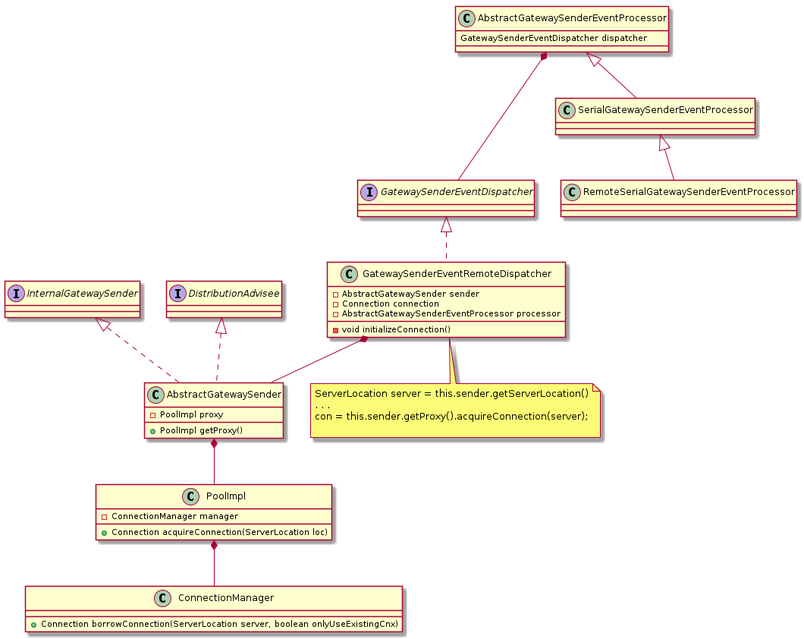
This is uml/GwSenders-UML.png from alb3rtobr/geode-uml, a PlantUML export, as it was before one commit. Its diagram source:
```plantuml
@startuml
class AbstractGatewaySenderEventProcessor {
  GatewaySenderEventDispatcher dispatcher
}

interface GatewaySenderEventDispatcher

AbstractGatewaySenderEventProcessor <|-- SerialGatewaySenderEventProcessor
SerialGatewaySenderEventProcessor <|-- RemoteSerialGatewaySenderEventProcessor
AbstractGatewaySenderEventProcessor *--- GatewaySenderEventDispatcher

GatewaySenderEventDispatcher <|.. GatewaySenderEventRemoteDispatcher

class GatewaySenderEventRemoteDispatcher {
  - AbstractGatewaySender sender
  - Connection connection
  - AbstractGatewaySenderEventProcessor processor
  - void initializeConnection()
}

interface InternalGatewaySender
interface DistributionAdvisee

class AbstractGatewaySender {
  - PoolImpl proxy
  + PoolImpl getProxy()
}

GatewaySenderEventRemoteDispatcher *-- AbstractGatewaySender

InternalGatewaySender <|.. AbstractGatewaySender
DistributionAdvisee <|.. AbstractGatewaySender

class PoolImpl{
  - ConnectionManager manager
  +Connection acquireConnection(ServerLocation loc)
}

class ConnectionManager{
  +Connection borrowConnection(ServerLocation server, boolean onlyUseExistingCnx)
}

AbstractGatewaySender *-- PoolImpl
PoolImpl *-- ConnectionManager

note as N1
  ServerLocation server = this.sender.getServerLocation()
  . . .
  con = this.sender.getProxy().acquireConnection(server);

end note
GatewaySenderEventRemoteDispatcher .. N1
@enduml
```
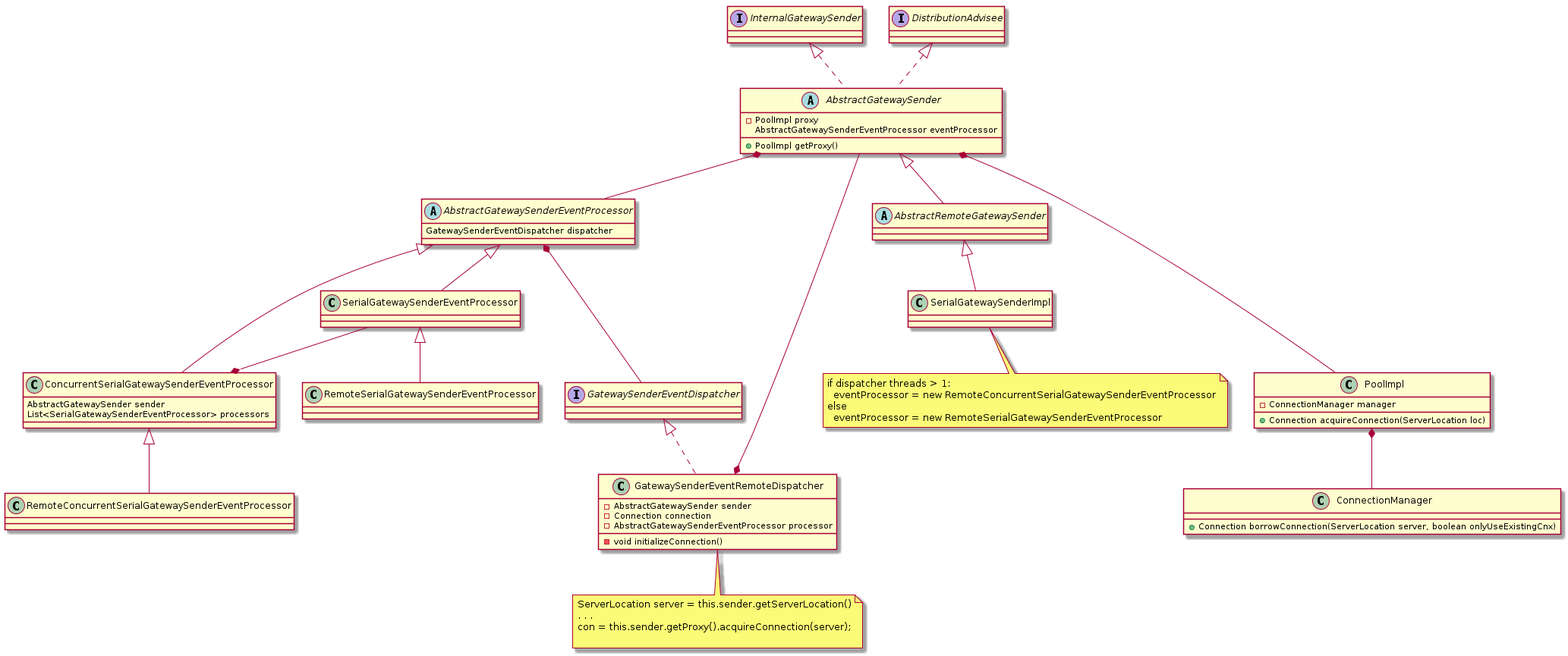
After the commit.

Commit message:
More about GwSenders

The edit, as a diff of the source:
```diff
@@ -1,5 +1,11 @@
 @startuml
-class AbstractGatewaySenderEventProcessor {
+abstract class AbstractGatewaySender {
+  - PoolImpl proxy
+  + PoolImpl getProxy()
+  AbstractGatewaySenderEventProcessor eventProcessor
+}
+
+abstract class AbstractGatewaySenderEventProcessor {
   GatewaySenderEventDispatcher dispatcher
 }
 
@@ -21,16 +27,34 @@
 interface InternalGatewaySender
 interface DistributionAdvisee
 
-class AbstractGatewaySender {
-  - PoolImpl proxy
-  + PoolImpl getProxy()
+
+
+AbstractGatewaySender *-- AbstractGatewaySenderEventProcessor
+GatewaySenderEventRemoteDispatcher *-- AbstractGatewaySender
+
+class RemoteConcurrentSerialGatewaySenderEventProcessor
+class ConcurrentSerialGatewaySenderEventProcessor{
+  AbstractGatewaySender sender
+  List<SerialGatewaySenderEventProcessor> processors
 }
 
-GatewaySenderEventRemoteDispatcher *-- AbstractGatewaySender
+SerialGatewaySenderEventProcessor --* ConcurrentSerialGatewaySenderEventProcessor
+
+AbstractGatewaySenderEventProcessor <|-- ConcurrentSerialGatewaySenderEventProcessor
+ConcurrentSerialGatewaySenderEventProcessor <|-- RemoteConcurrentSerialGatewaySenderEventProcessor
+
+
+
 
 InternalGatewaySender <|.. AbstractGatewaySender
 DistributionAdvisee <|.. AbstractGatewaySender
 
+
+class SerialGatewaySenderImpl
+abstract class AbstractRemoteGatewaySender
+
+AbstractGatewaySender <|-- AbstractRemoteGatewaySender
+AbstractRemoteGatewaySender <|-- SerialGatewaySenderImpl
 class PoolImpl{
   - ConnectionManager manager
   +Connection acquireConnection(ServerLocation loc)
@@ -40,7 +64,7 @@
   +Connection borrowConnection(ServerLocation server, boolean onlyUseExistingCnx)
 }
 
-AbstractGatewaySender *-- PoolImpl
+AbstractGatewaySender *---- PoolImpl
 PoolImpl *-- ConnectionManager
 
 note as N1
@@ -49,5 +73,15 @@
   con = this.sender.getProxy().acquireConnection(server);
 
 end note
+
+note as N2
+  if dispatcher threads > 1:
+    eventProcessor = new RemoteConcurrentSerialGatewaySenderEventProcessor
+  else
+    eventProcessor = new RemoteSerialGatewaySenderEventProcessor
+end note
+
 GatewaySenderEventRemoteDispatcher .. N1
+
+SerialGatewaySenderImpl .. N2
 @enduml
```
